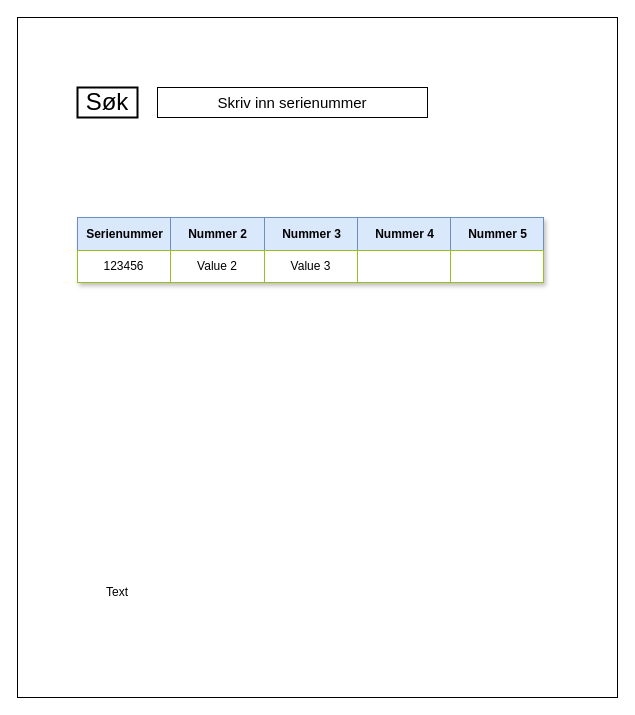
Above: Forsvaret_interface.drawio in MathiasThoresenPaasche/draw_io (draw.io), before the change. Source tidied: cells renumbered, new cells numbered last; positions are measured from the earlier drawing's top-left corner, leaving out a move shared by most shapes. Both pictures are drawn from the tidied source at 100%, with x=0, y=0 at pixel (17, 17).
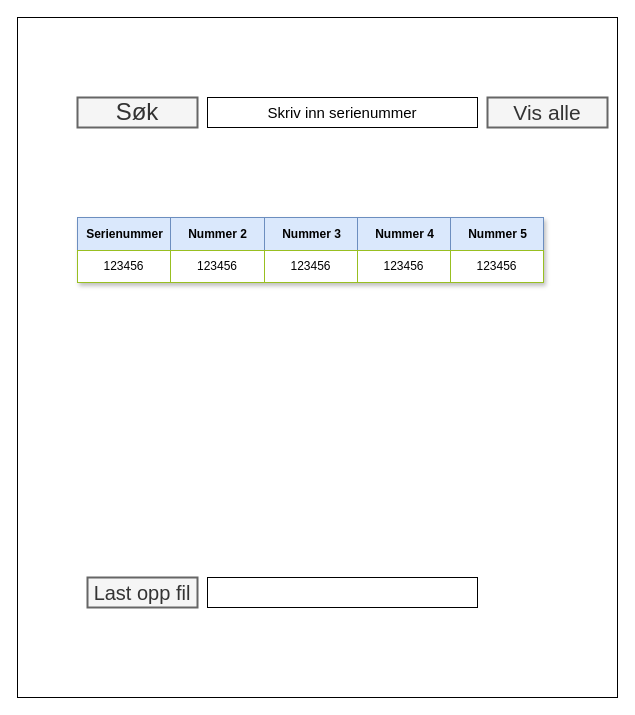
The same diagram, later.

The change refers to these unchanged cells:
```xml
<mxCell id="13" style="shape=tableRow;horizontal=0;startSize=0;swimlaneHead=0;swimlaneBody=0;top=0;left=0;bottom=0;right=0;fontStyle=0;strokeColor=inherit;fillColor=#ffffff;" parent="6" vertex="1">
  <mxGeometry y="33" width="466" height="32" as="geometry" />
</mxCell>
```

Change to the diagram source:
```diff
@@
-    <mxCell id="3" value="&lt;font style=&quot;font-size: 24px;&quot;&gt;Søk&lt;/font&gt;" style="text;html=1;strokeColor=default;fillColor=none;align=center;verticalAlign=middle;whiteSpace=wrap;rounded=0;strokeWidth=2;" parent="1" vertex="1">
-      <mxGeometry x="60" y="70" width="60" height="30" as="geometry" />
+    <mxCell id="3" value="&lt;font style=&quot;font-size: 24px;&quot;&gt;Søk&lt;/font&gt;" style="text;html=1;strokeColor=#666666;fillColor=#f5f5f5;align=center;verticalAlign=middle;whiteSpace=wrap;rounded=0;strokeWidth=2;fontColor=#333333;" parent="1" vertex="1">
+      <mxGeometry x="60" y="80" width="120" height="30" as="geometry" />
     </mxCell>
     <mxCell id="4" value="&lt;font style=&quot;font-size: 15px;&quot;&gt;Skriv inn serienummer&lt;br&gt;&lt;/font&gt;" style="text;html=1;strokeColor=default;fillColor=none;align=center;verticalAlign=middle;whiteSpace=wrap;rounded=0;" parent="1" vertex="1">
-      <mxGeometry x="140" y="70" width="270" height="30" as="geometry" />
+      <mxGeometry x="190" y="80" width="270" height="30" as="geometry" />
     </mxCell>
-    <mxCell id="5" value="Text" style="text;html=1;strokeColor=none;fillColor=none;align=center;verticalAlign=middle;whiteSpace=wrap;rounded=0;" parent="1" vertex="1">
-      <mxGeometry x="70" y="560" width="60" height="30" as="geometry" />
+    <mxCell id="5" value="&lt;font style=&quot;font-size: 20px;&quot;&gt;Last opp fil&lt;br&gt;&lt;/font&gt;" style="text;html=1;strokeColor=#666666;fillColor=#f5f5f5;align=center;verticalAlign=middle;whiteSpace=wrap;rounded=0;strokeWidth=2;fontColor=#333333;" parent="1" vertex="1">
+      <mxGeometry x="70" y="560" width="110" height="30" as="geometry" />
     </mxCell>
@@
-    <mxCell id="15" value="Value 2" style="strokeColor=inherit;fillColor=inherit;align=center;whiteSpace=wrap;html=1;" parent="13" vertex="1">
+    <mxCell id="15" value="123456" style="strokeColor=inherit;fillColor=inherit;align=center;whiteSpace=wrap;html=1;" parent="13" vertex="1">
       <mxGeometry x="93" width="94" height="32" as="geometry" />
     </mxCell>
-    <mxCell id="16" value="Value 3" style="strokeColor=inherit;fillColor=inherit;align=center;whiteSpace=wrap;html=1;" parent="13" vertex="1">
+    <mxCell id="16" value="123456" style="strokeColor=inherit;fillColor=inherit;align=center;whiteSpace=wrap;html=1;" parent="13" vertex="1">
       <mxGeometry x="187" width="93" height="32" as="geometry" />
     </mxCell>
-    <mxCell id="17" style="strokeColor=inherit;fillColor=inherit;align=center;whiteSpace=wrap;html=1;" parent="13" vertex="1">
+    <mxCell id="17" value="123456" style="strokeColor=inherit;fillColor=inherit;align=center;whiteSpace=wrap;html=1;" parent="13" vertex="1">
       <mxGeometry x="280" width="93" height="32" as="geometry" />
     </mxCell>
-    <mxCell id="18" style="strokeColor=inherit;fillColor=inherit;align=center;whiteSpace=wrap;html=1;" parent="13" vertex="1">
+    <mxCell id="18" value="123456" style="strokeColor=inherit;fillColor=inherit;align=center;whiteSpace=wrap;html=1;" parent="13" vertex="1">
       <mxGeometry x="373" width="93" height="32" as="geometry" />
     </mxCell>
+    <mxCell id="19" value="&lt;font style=&quot;font-size: 15px;&quot;&gt;&lt;br&gt;&lt;/font&gt;" style="text;html=1;strokeColor=default;fillColor=none;align=center;verticalAlign=middle;whiteSpace=wrap;rounded=0;" parent="1" vertex="1">
+      <mxGeometry x="190" y="560" width="270" height="30" as="geometry" />
+    </mxCell>
+    <mxCell id="20" value="&lt;font style=&quot;font-size: 21px;&quot;&gt;Vis alle&lt;br&gt;&lt;/font&gt;" style="text;html=1;strokeColor=#666666;fillColor=#f5f5f5;align=center;verticalAlign=middle;whiteSpace=wrap;rounded=0;strokeWidth=2;fontColor=#333333;" parent="1" vertex="1">
+      <mxGeometry x="470" y="80" width="120" height="30" as="geometry" />
+    </mxCell>
```
